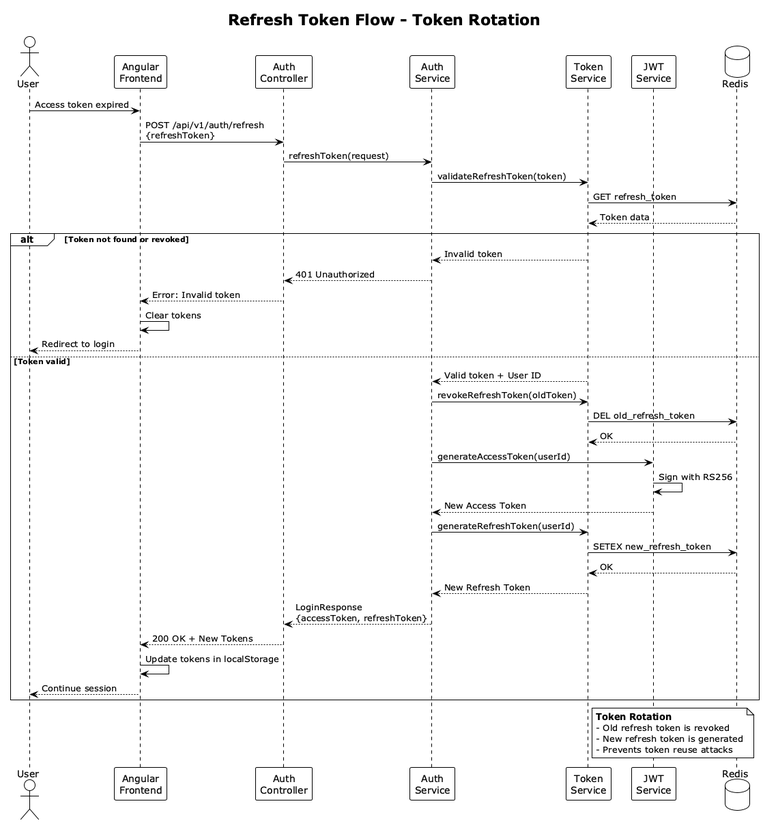
This is docs/diagrams/Refresh_Token_Flow.png from kevinbayter/wom-auth-service-api, a PlantUML export, as it was before one commit.
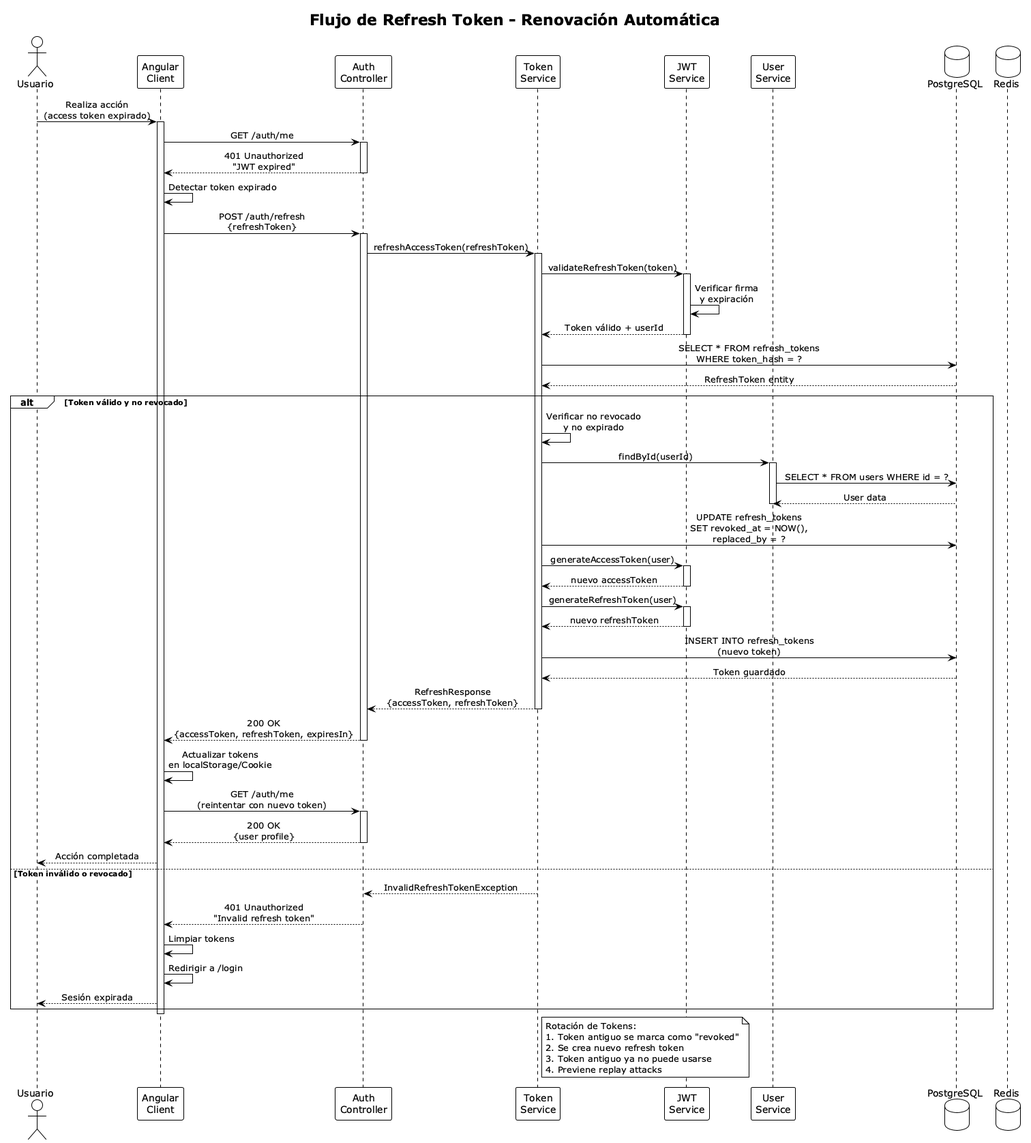
The same diagram one commit later.

Diff of the diagram source:
```diff
@@ -1,56 +1,100 @@
 @startuml Refresh_Token_Flow
 !theme plain
-title Refresh Token Flow - Token Rotation
+skinparam backgroundColor #FEFEFE
+skinparam sequenceMessageAlign center
 
-actor User
-participant "Angular\nFrontend" as Angular
-participant "Auth\nController" as Controller
-participant "Auth\nService" as AuthService
-participant "Token\nService" as TokenService
-participant "JWT\nService" as JwtService
-database Redis
+title Flujo de Refresh Token - Renovación Automática
 
-User -> Angular: Access token expired
-Angular -> Controller: POST /api/v1/auth/refresh\n{refreshToken}
-Controller -> AuthService: refreshToken(request)
+actor "Usuario" as user
+participant "Angular\nClient" as client
+participant "Auth\nController" as controller
+participant "Token\nService" as tokenService
+participant "JWT\nService" as jwtService
+participant "User\nService" as userService
+database "PostgreSQL" as db
+database "Redis" as redis
 
-AuthService -> TokenService: validateRefreshToken(token)
-TokenService -> Redis: GET refresh_token
-Redis --> TokenService: Token data
+user -> client : Realiza acción\n(access token expirado)
+activate client
 
-alt Token not found or revoked
-    TokenService --> AuthService: Invalid token
-    AuthService --> Controller: 401 Unauthorized
-    Controller --> Angular: Error: Invalid token
-    Angular -> Angular: Clear tokens
-    Angular --> User: Redirect to login
-else Token valid
-    TokenService --> AuthService: Valid token + User ID
+client -> controller : GET /auth/me
+activate controller
+controller --> client : 401 Unauthorized\n"JWT expired"
+deactivate controller
 
-    AuthService -> TokenService: revokeRefreshToken(oldToken)
-    TokenService -> Redis: DEL old_refresh_token
-    Redis --> TokenService: OK
+client -> client : Detectar token expirado
 
-    AuthService -> JwtService: generateAccessToken(userId)
-    JwtService -> JwtService: Sign with RS256
-    JwtService --> AuthService: New Access Token
+client -> controller : POST /auth/refresh\n{refreshToken}
+activate controller
 
-    AuthService -> TokenService: generateRefreshToken(userId)
-    TokenService -> Redis: SETEX new_refresh_token
-    Redis --> TokenService: OK
-    TokenService --> AuthService: New Refresh Token
+controller -> tokenService : refreshAccessToken(refreshToken)
+activate tokenService
 
-    AuthService --> Controller: LoginResponse\n{accessToken, refreshToken}
-    Controller --> Angular: 200 OK + New Tokens
-    Angular -> Angular: Update tokens in localStorage
-    Angular --> User: Continue session
+tokenService -> jwtService : validateRefreshToken(token)
+activate jwtService
+jwtService -> jwtService : Verificar firma\ny expiración
+jwtService --> tokenService : Token válido + userId
+deactivate jwtService
+
+tokenService -> db : SELECT * FROM refresh_tokens\nWHERE token_hash = ?
+db --> tokenService : RefreshToken entity
+
+alt Token válido y no revocado
+    tokenService -> tokenService : Verificar no revocado\ny no expirado
+
+    tokenService -> userService : findById(userId)
+    activate userService
+    userService -> db : SELECT * FROM users WHERE id = ?
+    db --> userService : User data
+    deactivate userService
+
+    tokenService -> db : UPDATE refresh_tokens\nSET revoked_at = NOW(),\nreplaced_by = ?
+
+    tokenService -> jwtService : generateAccessToken(user)
+    activate jwtService
+    jwtService --> tokenService : nuevo accessToken
+    deactivate jwtService
+
+    tokenService -> jwtService : generateRefreshToken(user)
+    activate jwtService
+    jwtService --> tokenService : nuevo refreshToken
+    deactivate jwtService
+
+    tokenService -> db : INSERT INTO refresh_tokens\n(nuevo token)
+    db --> tokenService : Token guardado
+
+    tokenService --> controller : RefreshResponse\n{accessToken, refreshToken}
+    deactivate tokenService
+
+    controller --> client : 200 OK\n{accessToken, refreshToken, expiresIn}
+    deactivate controller
+
+    client -> client : Actualizar tokens\nen localStorage/Cookie
+
+    client -> controller : GET /auth/me\n(reintentar con nuevo token)
+    activate controller
+    controller --> client : 200 OK\n{user profile}
+    deactivate controller
+
+    client --> user : Acción completada
+
+else Token inválido o revocado
+    tokenService --> controller : InvalidRefreshTokenException
+    controller --> client : 401 Unauthorized\n"Invalid refresh token"
+
+    client -> client : Limpiar tokens
+    client -> client : Redirigir a /login
+    client --> user : Sesión expirada
 end
 
-note right of TokenService
-    **Token Rotation**
-    - Old refresh token is revoked
-    - New refresh token is generated
-    - Prevents token reuse attacks
+deactivate client
+
+note right of tokenService
+    Rotación de Tokens:
+    1. Token antiguo se marca como "revoked"
+    2. Se crea nuevo refresh token
+    3. Token antiguo ya no puede usarse
+    4. Previene replay attacks
 end note
 
 @enduml
```
